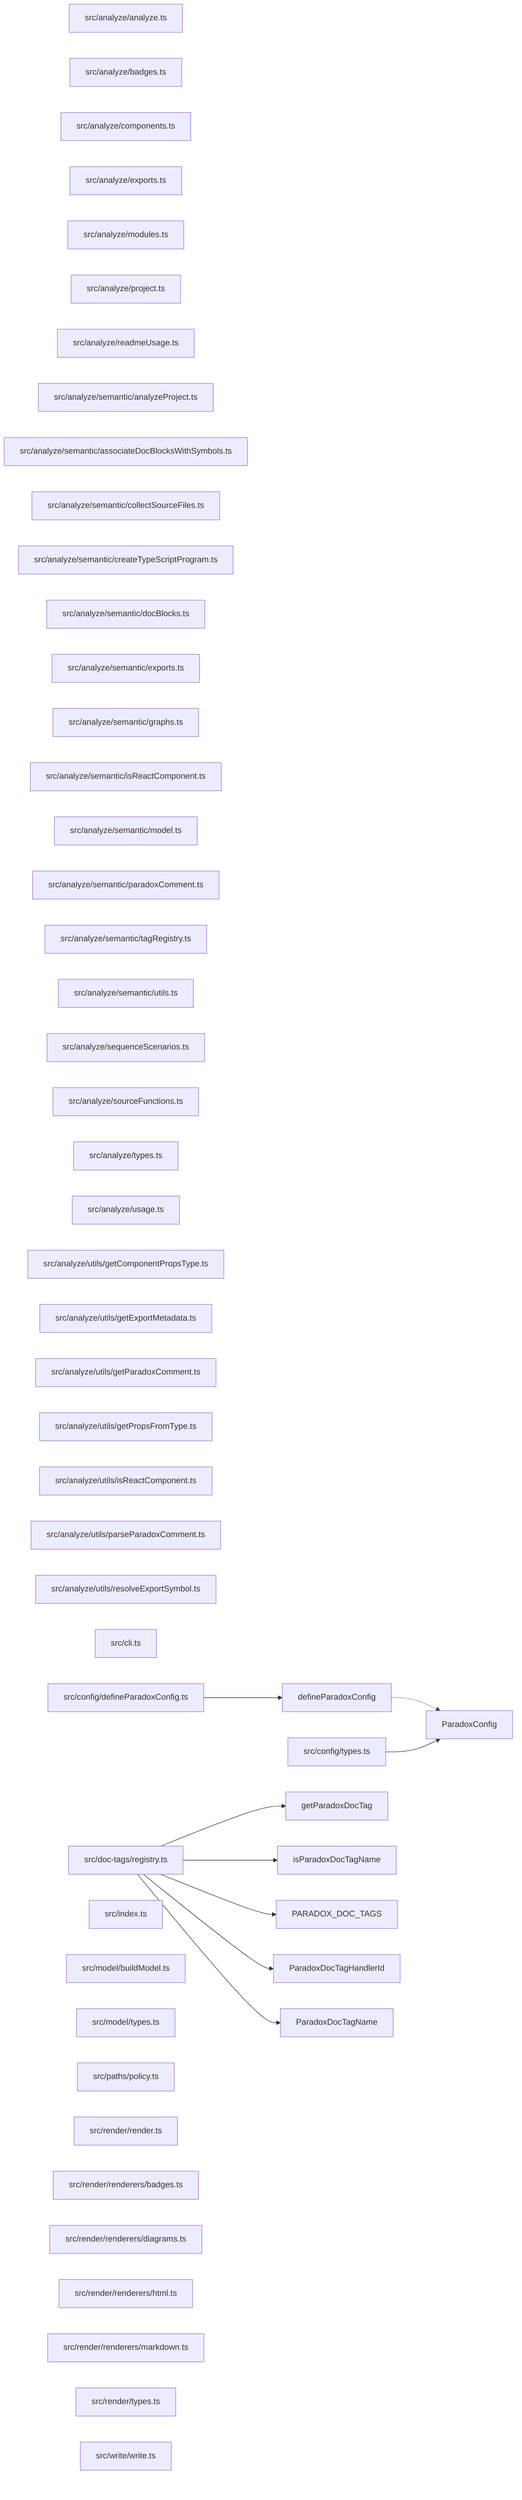
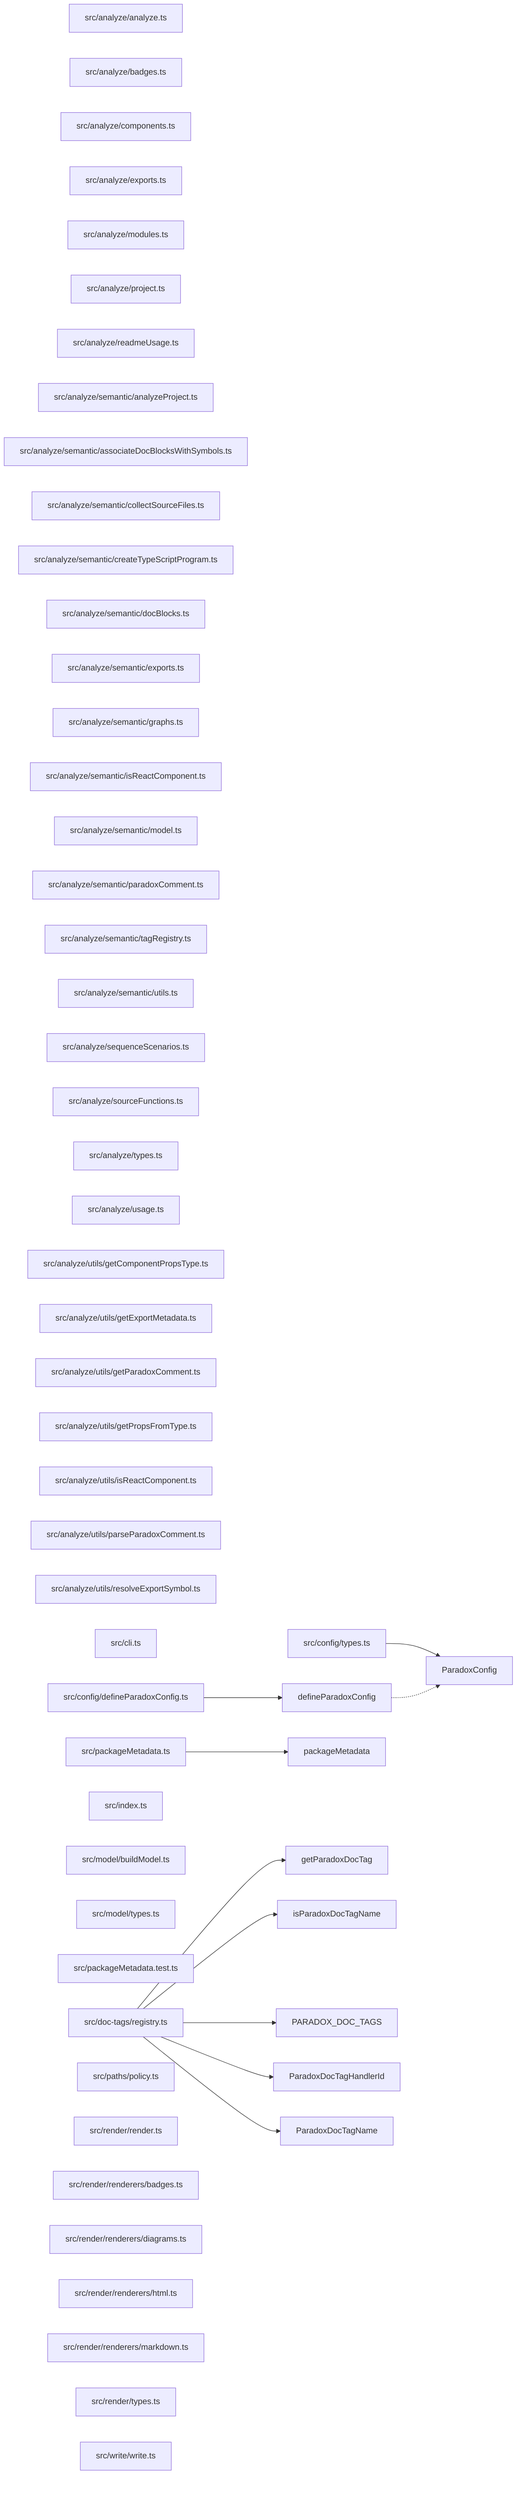
graph LR
  module_src_analyze_analyze_ts["src/analyze/analyze.ts"]
  module_src_analyze_badges_ts["src/analyze/badges.ts"]
  module_src_analyze_components_ts["src/analyze/components.ts"]
  module_src_analyze_exports_ts["src/analyze/exports.ts"]
  module_src_analyze_modules_ts["src/analyze/modules.ts"]
  module_src_analyze_project_ts["src/analyze/project.ts"]
  module_src_analyze_readmeUsage_ts["src/analyze/readmeUsage.ts"]
  module_src_analyze_semantic_analyzeProject_ts["src/analyze/semantic/analyzeProject.ts"]
  module_src_analyze_semantic_associateDocBlocksWithSymbols_ts["src/analyze/semantic/associateDocBlocksWithSymbols.ts"]
  module_src_analyze_semantic_collectSourceFiles_ts["src/analyze/semantic/collectSourceFiles.ts"]
  module_src_analyze_semantic_createTypeScriptProgram_ts["src/analyze/semantic/createTypeScriptProgram.ts"]
  module_src_analyze_semantic_docBlocks_ts["src/analyze/semantic/docBlocks.ts"]
  module_src_analyze_semantic_exports_ts["src/analyze/semantic/exports.ts"]
  module_src_analyze_semantic_graphs_ts["src/analyze/semantic/graphs.ts"]
  module_src_analyze_semantic_isReactComponent_ts["src/analyze/semantic/isReactComponent.ts"]
  module_src_analyze_semantic_model_ts["src/analyze/semantic/model.ts"]
  module_src_analyze_semantic_paradoxComment_ts["src/analyze/semantic/paradoxComment.ts"]
  module_src_analyze_semantic_tagRegistry_ts["src/analyze/semantic/tagRegistry.ts"]
  module_src_analyze_semantic_utils_ts["src/analyze/semantic/utils.ts"]
  module_src_analyze_sequenceScenarios_ts["src/analyze/sequenceScenarios.ts"]
  module_src_analyze_sourceFunctions_ts["src/analyze/sourceFunctions.ts"]
  module_src_analyze_types_ts["src/analyze/types.ts"]
  module_src_analyze_usage_ts["src/analyze/usage.ts"]
  module_src_analyze_utils_getComponentPropsType_ts["src/analyze/utils/getComponentPropsType.ts"]
  module_src_analyze_utils_getExportMetadata_ts["src/analyze/utils/getExportMetadata.ts"]
  module_src_analyze_utils_getParadoxComment_ts["src/analyze/utils/getParadoxComment.ts"]
  module_src_analyze_utils_getPropsFromType_ts["src/analyze/utils/getPropsFromType.ts"]
  module_src_analyze_utils_isReactComponent_ts["src/analyze/utils/isReactComponent.ts"]
  module_src_analyze_utils_parseParadoxComment_ts["src/analyze/utils/parseParadoxComment.ts"]
  module_src_analyze_utils_resolveExportSymbol_ts["src/analyze/utils/resolveExportSymbol.ts"]
  module_src_cli_ts["src/cli.ts"]
  module_src_config_defineParadoxConfig_ts["src/config/defineParadoxConfig.ts"]
  module_src_config_types_ts["src/config/types.ts"]
  module_src_doc_tags_registry_ts["src/doc-tags/registry.ts"]
  module_src_index_ts["src/index.ts"]
  module_src_model_buildModel_ts["src/model/buildModel.ts"]
  module_src_model_types_ts["src/model/types.ts"]
+   module_src_packageMetadata_test_ts["src/packageMetadata.test.ts"]
+   module_src_packageMetadata_ts["src/packageMetadata.ts"]
  module_src_paths_policy_ts["src/paths/policy.ts"]
  module_src_render_render_ts["src/render/render.ts"]
  module_src_render_renderers_badges_ts["src/render/renderers/badges.ts"]
  module_src_render_renderers_diagrams_ts["src/render/renderers/diagrams.ts"]
  module_src_render_renderers_html_ts["src/render/renderers/html.ts"]
  module_src_render_renderers_markdown_ts["src/render/renderers/markdown.ts"]
  module_src_render_types_ts["src/render/types.ts"]
  module_src_write_write_ts["src/write/write.ts"]
  export_defineParadoxConfig["defineParadoxConfig"]
  module_src_config_defineParadoxConfig_ts --> export_defineParadoxConfig
  export_defineParadoxConfig -.-> export_ParadoxConfig
  export_getParadoxDocTag["getParadoxDocTag"]
  module_src_doc_tags_registry_ts --> export_getParadoxDocTag
  export_isParadoxDocTagName["isParadoxDocTagName"]
  module_src_doc_tags_registry_ts --> export_isParadoxDocTagName
+   export_packageMetadata["packageMetadata"]
+   module_src_packageMetadata_ts --> export_packageMetadata
  export_PARADOX_DOC_TAGS["PARADOX_DOC_TAGS"]
  module_src_doc_tags_registry_ts --> export_PARADOX_DOC_TAGS
  export_ParadoxConfig["ParadoxConfig"]
  module_src_config_types_ts --> export_ParadoxConfig
  export_ParadoxDocTagHandlerId["ParadoxDocTagHandlerId"]
  module_src_doc_tags_registry_ts --> export_ParadoxDocTagHandlerId
  export_ParadoxDocTagName["ParadoxDocTagName"]
  module_src_doc_tags_registry_ts --> export_ParadoxDocTagName
